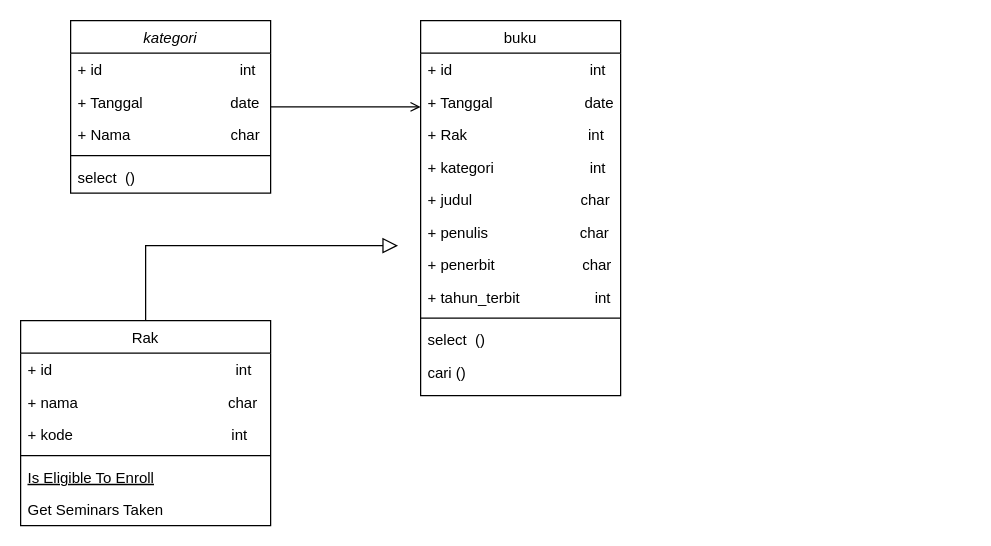
oneoneteam/perpus-digital keeps this draw.io diagram as Perpus Digital.drawio. Above is the earlier version. Source tidied: cells renumbered, new cells numbered last; positions are measured from the earlier drawing's top-left corner, leaving out a move shared by most shapes. Both pictures are drawn from the tidied source at 125%, with x=0, y=0 at pixel (20, 20).
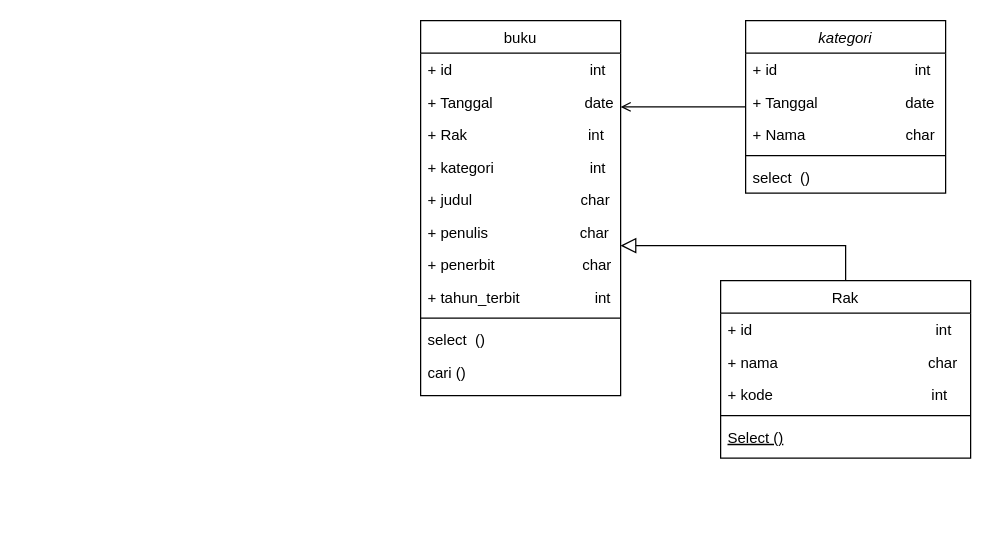
The same page after the edit.

Unchanged cells that the change refers to:
```xml
<mxCell id="23" value="+ penerbit                     char" style="text;align=left;verticalAlign=top;spacingLeft=4;spacingRight=4;overflow=hidden;points=[[0,0.5],[1,0.5]];portConstraint=eastwest;rounded=0;shadow=0;html=0;" parent="16" vertex="1">
  <mxGeometry y="182" width="160" height="26" as="geometry" />
</mxCell>
```

Diff of the diagram source:
```diff
@@
     <mxCell id="2" value="kategori" style="swimlane;fontStyle=2;align=center;verticalAlign=top;horizontal=1;startSize=26;rounded=0;shadow=0;strokeWidth=1;" parent="1" vertex="1">
-      <mxGeometry x="40" width="160" height="138" as="geometry" />
+      <mxGeometry x="580" width="160" height="138" as="geometry" />
     </mxCell>
@@
     <mxCell id="8" value="Rak" style="swimlane;fontStyle=0;align=center;verticalAlign=top;horizontal=1;startSize=26;rounded=0;shadow=0;strokeWidth=1;" parent="1" vertex="1">
-      <mxGeometry y="240" width="200" height="164" as="geometry" />
+      <mxGeometry x="560" y="208" width="200" height="142" as="geometry" />
     </mxCell>
@@
-    <mxCell id="13" value="Is Eligible To Enroll" style="text;align=left;verticalAlign=top;spacingLeft=4;spacingRight=4;overflow=hidden;fontStyle=4;" parent="8" vertex="1">
+    <mxCell id="13" value="Select ()" style="text;align=left;verticalAlign=top;spacingLeft=4;spacingRight=4;overflow=hidden;fontStyle=4;" parent="8" vertex="1">
       <mxGeometry y="112" width="200" height="26" as="geometry" />
     </mxCell>
-    <mxCell id="14" value="Get Seminars Taken" style="text;align=left;verticalAlign=top;spacingLeft=4;spacingRight=4;overflow=hidden;" parent="8" vertex="1">
-      <mxGeometry y="138" width="200" height="26" as="geometry" />
-    </mxCell>
-    <mxCell id="15" style="endArrow=block;endSize=10;endFill=0;shadow=0;strokeWidth=1;rounded=0;edgeStyle=elbowEdgeStyle;elbow=vertical;" parent="1" edge="1" source="8">
+    <mxCell id="15" style="endArrow=block;endSize=10;endFill=0;shadow=0;strokeWidth=1;rounded=0;edgeStyle=elbowEdgeStyle;elbow=vertical;entryX=1;entryY=-0.077;entryDx=0;entryDy=0;entryPerimeter=0;" parent="1" edge="1" source="8" target="23">
       <mxGeometry relative="1" as="geometry">
-        <mxPoint x="302" y="180" as="targetPoint" />
         <Array as="points">
+          <mxPoint x="500" y="180" />
           <mxPoint x="100" y="180" />
         </Array>
       </mxGeometry>
     </mxCell>
```
